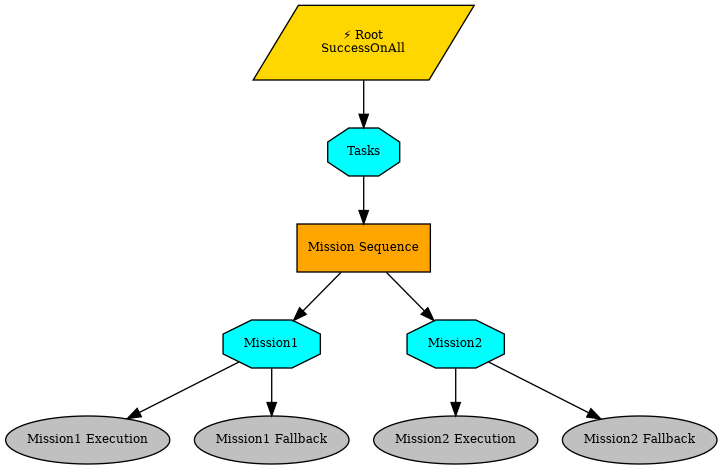
AMV-UI/KKI-25 keeps this Graphviz diagram as root.png. Above is the earlier version. Its source is kept beside it as root.dot.
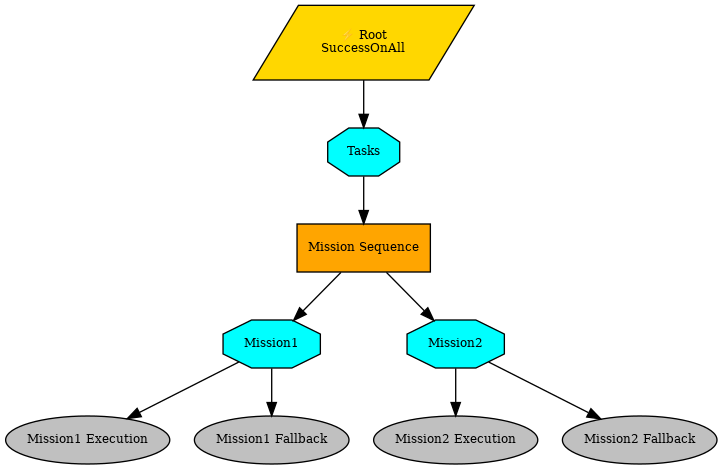
After the commit.

What changed in the source:
```diff
@@ -3,21 +3,21 @@
 graph [fontname="times-roman"];
 node [fontname="times-roman"];
 edge [fontname="times-roman"];
-Root [label="⚡ Root\nSuccessOnAll", shape=parallelogram, style=filled, fillcolor=gold, fontsize=9, fontcolor=black];
-Tasks [label=Tasks, shape=octagon, style=filled, fillcolor=cyan, fontsize=9, fontcolor=black];
+Root [fillcolor=gold, fontcolor=black, fontsize=9, label="⚡ Root\nSuccessOnAll", shape=parallelogram, style=filled];
+Tasks [fillcolor=cyan, fontcolor=black, fontsize=9, label=Tasks, shape=octagon, style=filled];
 Root -> Tasks;
-"Mission Sequence" [label="Mission Sequence", shape=box, style=filled, fillcolor=orange, fontsize=9, fontcolor=black];
+"Mission Sequence" [fillcolor=orange, fontcolor=black, fontsize=9, label="Mission Sequence", shape=box, style=filled];
 Tasks -> "Mission Sequence";
-Mission1 [label=Mission1, shape=octagon, style=filled, fillcolor=cyan, fontsize=9, fontcolor=black];
+Mission1 [fillcolor=cyan, fontcolor=black, fontsize=9, label=Mission1, shape=octagon, style=filled];
 "Mission Sequence" -> Mission1;
-"Mission1 Execution" [label="Mission1 Execution", shape=ellipse, style=filled, fillcolor=gray, fontsize=9, fontcolor=black];
+"Mission1 Execution" [fillcolor=gray, fontcolor=black, fontsize=9, label="Mission1 Execution", shape=ellipse, style=filled];
 Mission1 -> "Mission1 Execution";
-"Mission1 Fallback" [label="Mission1 Fallback", shape=ellipse, style=filled, fillcolor=gray, fontsize=9, fontcolor=black];
+"Mission1 Fallback" [fillcolor=gray, fontcolor=black, fontsize=9, label="Mission1 Fallback", shape=ellipse, style=filled];
 Mission1 -> "Mission1 Fallback";
-Mission2 [label=Mission2, shape=octagon, style=filled, fillcolor=cyan, fontsize=9, fontcolor=black];
+Mission2 [fillcolor=cyan, fontcolor=black, fontsize=9, label=Mission2, shape=octagon, style=filled];
 "Mission Sequence" -> Mission2;
-"Mission2 Execution" [label="Mission2 Execution", shape=ellipse, style=filled, fillcolor=gray, fontsize=9, fontcolor=black];
+"Mission2 Execution" [fillcolor=gray, fontcolor=black, fontsize=9, label="Mission2 Execution", shape=ellipse, style=filled];
 Mission2 -> "Mission2 Execution";
-"Mission2 Fallback" [label="Mission2 Fallback", shape=ellipse, style=filled, fillcolor=gray, fontsize=9, fontcolor=black];
+"Mission2 Fallback" [fillcolor=gray, fontcolor=black, fontsize=9, label="Mission2 Fallback", shape=ellipse, style=filled];
 Mission2 -> "Mission2 Fallback";
 }
```
